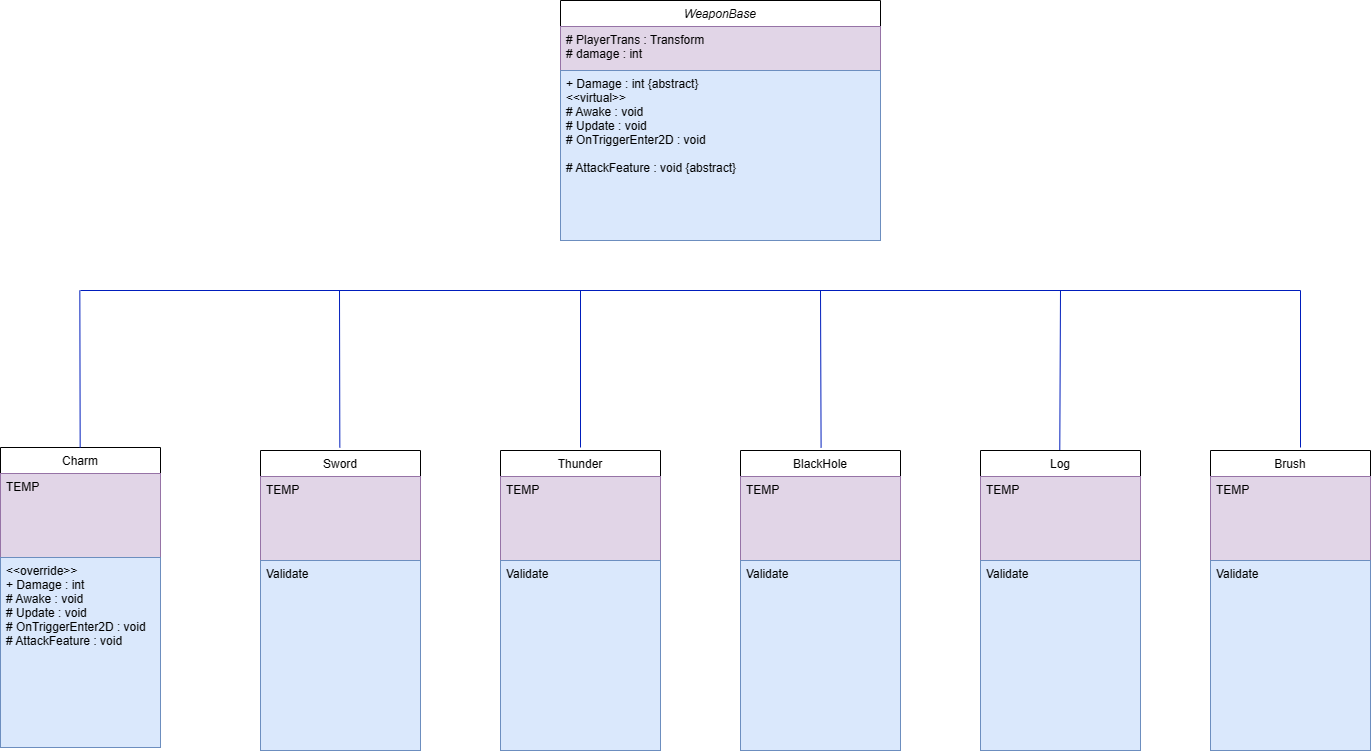
The draw.io diagram WeaponBase.drawio.png in gdevhun/SBSAcademy_TeamProject, before a commit. Source tidied: cells renumbered, new cells last; positions are measured from the earlier drawing's top-left corner, leaving out a move shared by most shapes.
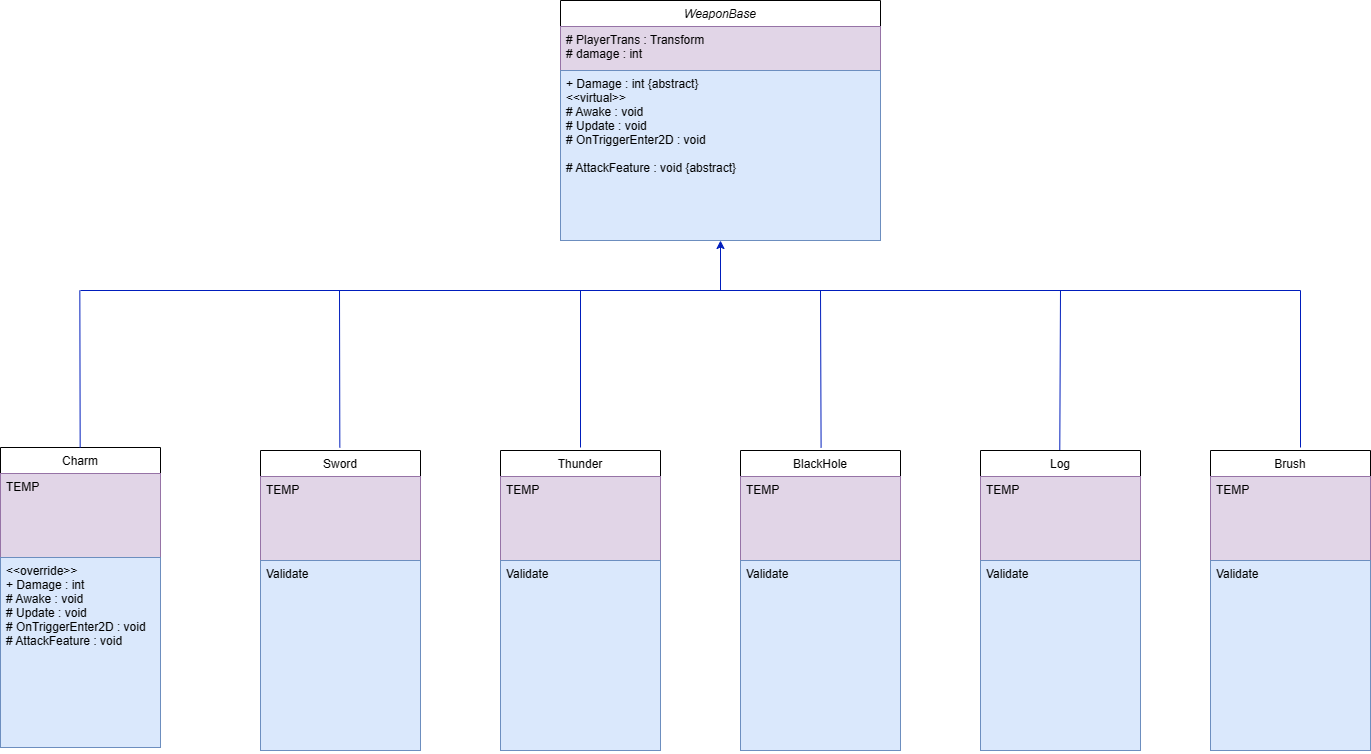
Later version of the same file.

What changed in the source:
```diff
@@ -128,5 +128,10 @@
     <mxCell id="36" value="Validate" style="text;align=left;verticalAlign=top;spacingLeft=4;spacingRight=4;overflow=hidden;fillColor=#dae8fc;strokeColor=#6c8ebf;" parent="33" vertex="1">
       <mxGeometry y="110" width="160" height="190" as="geometry" />
     </mxCell>
+    <mxCell id="37" style="endArrow=classic;html=1;rounded=0;entryX=0.5;entryY=1;entryDx=0;entryDy=0;fillColor=#0050ef;strokeColor=#001DBC;" parent="1" edge="1" target="2">
+      <mxGeometry relative="1" as="geometry">
+        <mxPoint x="720" y="290" as="sourcePoint" />
+      </mxGeometry>
+    </mxCell>
   </root>
 </mxGraphModel>
```
